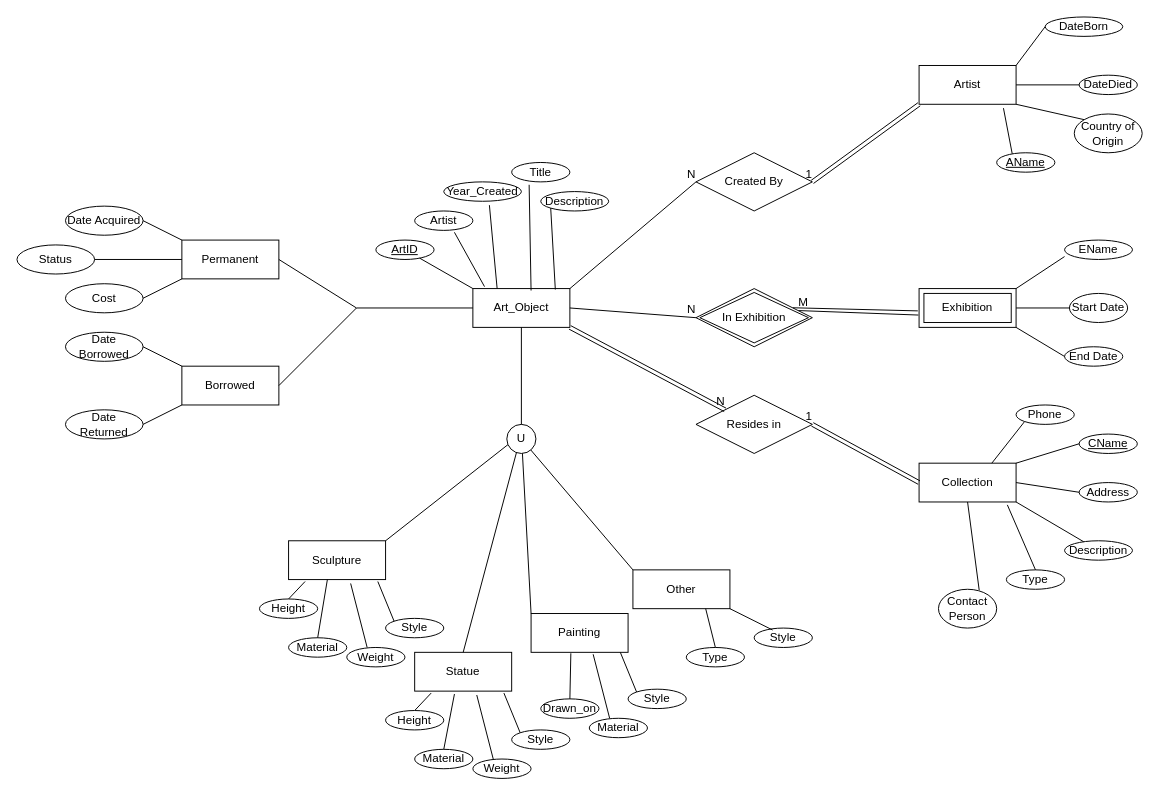
Above: database design/eerdMusem.drawio in ENSF-300-F23/museum-project-l02-group-22 (draw.io), before the change. Source tidied: cells renumbered, new cells numbered last; positions are measured from the earlier drawing's top-left corner, leaving out a move shared by most shapes. Both pictures are drawn from the tidied source at 97%, with x=0, y=0 at pixel (16, 16).
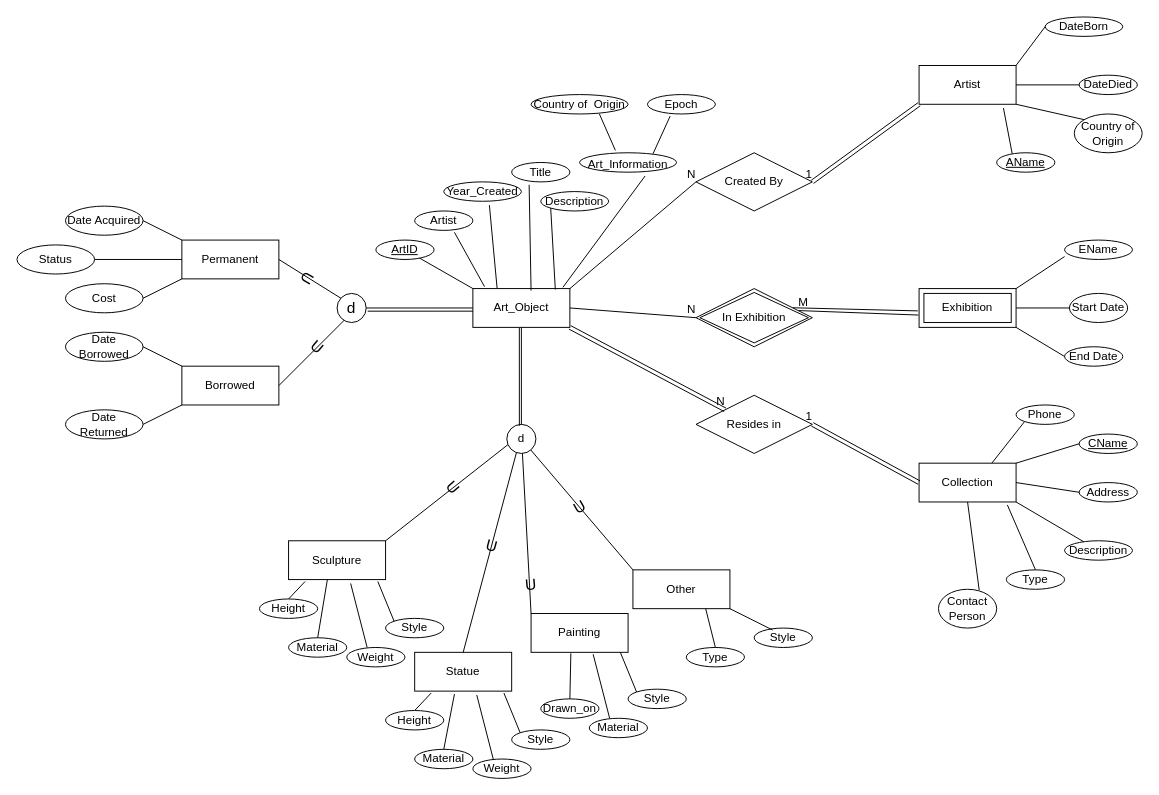
Above is the later version.

Commit message:
Finished eerd, added sub/superclasses should be right now will add attribute types as i think of them but for now should be good

Unchanged cells that the change refers to:
```xml
<mxCell id="2" value="Art_Object" style="whiteSpace=wrap;html=1;align=center;" parent="1" vertex="1">
  <mxGeometry x="470" y="280" width="100" height="40" as="geometry" />
</mxCell>
```

Diff of the diagram source:
```diff
@@
-    <mxCell id="107" style="endArrow=none;html=1;entryX=0;entryY=0.5;entryDx=0;entryDy=0;" parent="1" edge="1" target="2">
-      <mxGeometry relative="1" as="geometry">
-        <mxPoint x="350" y="300" as="sourcePoint" />
-      </mxGeometry>
+    <mxCell id="107" style="endArrow=none;html=1;entryX=0;entryY=0.5;entryDx=0;entryDy=0;startArrow=none;" parent="1" edge="1" source="116" target="2">
+      <mxGeometry relative="1" as="geometry" />
     </mxCell>
@@
-    <mxCell id="109" value="U" style="ellipse;whiteSpace=wrap;html=1;" parent="1" vertex="1">
+    <mxCell id="109" value="d" style="ellipse;whiteSpace=wrap;html=1;" parent="1" vertex="1">
       <mxGeometry x="505" y="420" width="30" height="30" as="geometry" />
     </mxCell>
+    <mxCell id="110" style="endArrow=none;html=1;entryX=0.479;entryY=1.016;entryDx=0;entryDy=0;entryPerimeter=0;exitX=0.431;exitY=0.044;exitDx=0;exitDy=0;exitPerimeter=0;" parent="1" edge="1" source="109" target="2">
+      <mxGeometry relative="1" as="geometry" />
+    </mxCell>
+    <mxCell id="111" value="&lt;font style=&quot;font-size: 16px;&quot;&gt;U&lt;/font&gt;" style="text;html=1;strokeColor=none;fillColor=none;align=center;verticalAlign=middle;whiteSpace=wrap;rounded=0;rotation=49;" parent="1" vertex="1">
+      <mxGeometry x="420" y="470" width="60" height="30" as="geometry" />
+    </mxCell>
+    <mxCell id="112" value="&lt;font style=&quot;font-size: 16px;&quot;&gt;U&lt;/font&gt;" style="text;html=1;strokeColor=none;fillColor=none;align=center;verticalAlign=middle;whiteSpace=wrap;rounded=0;rotation=15;" parent="1" vertex="1">
+      <mxGeometry x="460" y="530" width="60" height="30" as="geometry" />
+    </mxCell>
+    <mxCell id="113" value="&lt;font style=&quot;font-size: 16px;&quot;&gt;U&lt;/font&gt;" style="text;html=1;strokeColor=none;fillColor=none;align=center;verticalAlign=middle;whiteSpace=wrap;rounded=0;rotation=-5;" parent="1" vertex="1">
+      <mxGeometry x="500" y="570" width="60" height="30" as="geometry" />
+    </mxCell>
+    <mxCell id="114" value="&lt;font style=&quot;font-size: 16px;&quot;&gt;U&lt;/font&gt;" style="text;html=1;strokeColor=none;fillColor=none;align=center;verticalAlign=middle;whiteSpace=wrap;rounded=0;rotation=-30;" parent="1" vertex="1">
+      <mxGeometry x="550" y="490" width="60" height="30" as="geometry" />
+    </mxCell>
+    <mxCell id="115" style="endArrow=none;html=1;entryX=0;entryY=0.5;entryDx=0;entryDy=0;" parent="1" edge="1" target="116">
+      <mxGeometry relative="1" as="geometry">
+        <mxPoint x="350" y="300" as="sourcePoint" />
+      </mxGeometry>
+    </mxCell>
+    <mxCell id="116" value="d" style="ellipse;whiteSpace=wrap;html=1;fontSize=16;" parent="1" vertex="1">
+      <mxGeometry x="330" y="285" width="30" height="30" as="geometry" />
+    </mxCell>
+    <mxCell id="117" style="endArrow=none;html=1;fontSize=16;exitX=1.051;exitY=0.61;exitDx=0;exitDy=0;exitPerimeter=0;entryX=0.001;entryY=0.582;entryDx=0;entryDy=0;entryPerimeter=0;" parent="1" edge="1" source="116" target="2">
+      <mxGeometry relative="1" as="geometry" />
+    </mxCell>
+    <mxCell id="118" value="U" style="text;html=1;strokeColor=none;fillColor=none;align=center;verticalAlign=middle;whiteSpace=wrap;rounded=0;fontSize=16;rotation=40;" parent="1" vertex="1">
+      <mxGeometry x="280" y="325" width="60" height="30" as="geometry" />
+    </mxCell>
+    <mxCell id="119" value="&lt;font style=&quot;font-size: 16px;&quot;&gt;U&lt;/font&gt;" style="text;html=1;strokeColor=none;fillColor=none;align=center;verticalAlign=middle;whiteSpace=wrap;rounded=0;rotation=-240;" parent="1" vertex="1">
+      <mxGeometry x="270" y="255" width="60" height="30" as="geometry" />
+    </mxCell>
+    <mxCell id="120" style="endArrow=none;html=1;fontSize=16;exitX=0.928;exitY=-0.032;exitDx=0;exitDy=0;exitPerimeter=0;entryX=0.675;entryY=1.2;entryDx=0;entryDy=0;entryPerimeter=0;" parent="1" edge="1" source="2" target="121">
+      <mxGeometry relative="1" as="geometry" />
+    </mxCell>
+    <mxCell id="121" value="&lt;span style=&quot;font-size: 12px;&quot;&gt;Art_Information&lt;/span&gt;" style="ellipse;whiteSpace=wrap;html=1;align=center;fontSize=16;" parent="1" vertex="1">
+      <mxGeometry x="580" y="140" width="100" height="20" as="geometry" />
+    </mxCell>
+    <mxCell id="122" value="Country of&amp;nbsp; Origin" style="ellipse;whiteSpace=wrap;html=1;align=center;fontSize=12;" parent="1" vertex="1">
+      <mxGeometry x="530" y="80" width="100" height="20" as="geometry" />
+    </mxCell>
+    <mxCell id="123" value="Epoch" style="ellipse;whiteSpace=wrap;html=1;align=center;fontSize=12;" parent="1" vertex="1">
+      <mxGeometry x="650" y="80" width="70" height="20" as="geometry" />
+    </mxCell>
+    <mxCell id="124" style="endArrow=none;html=1;fontSize=12;entryX=0.334;entryY=1.112;entryDx=0;entryDy=0;entryPerimeter=0;exitX=0.757;exitY=0.053;exitDx=0;exitDy=0;exitPerimeter=0;" parent="1" edge="1" source="121" target="123">
+      <mxGeometry relative="1" as="geometry" />
+    </mxCell>
+    <mxCell id="125" style="endArrow=none;html=1;fontSize=12;entryX=0.704;entryY=0.994;entryDx=0;entryDy=0;entryPerimeter=0;exitX=0.369;exitY=-0.124;exitDx=0;exitDy=0;exitPerimeter=0;" parent="1" edge="1" source="121" target="122">
+      <mxGeometry relative="1" as="geometry" />
+    </mxCell>
```
